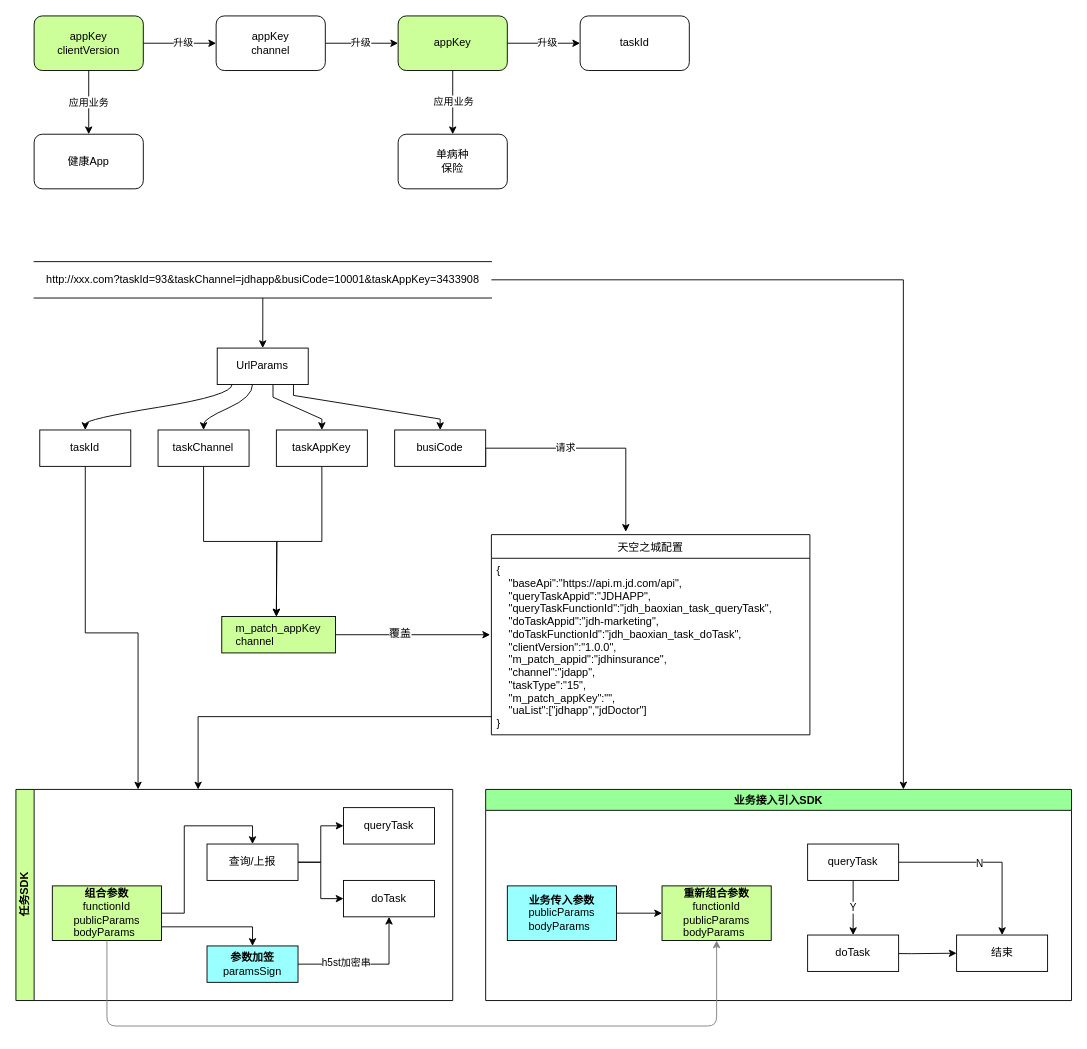
zengkun/vue-demos keeps this draw.io diagram as Untitled Diagram.drawio. Above is the earlier version. Source tidied: cells renumbered, new cells numbered last; positions are measured from the earlier drawing's top-left corner, leaving out a move shared by most shapes. Both pictures are drawn from the tidied source at 91%, with x=0, y=0 at pixel (15, 15).
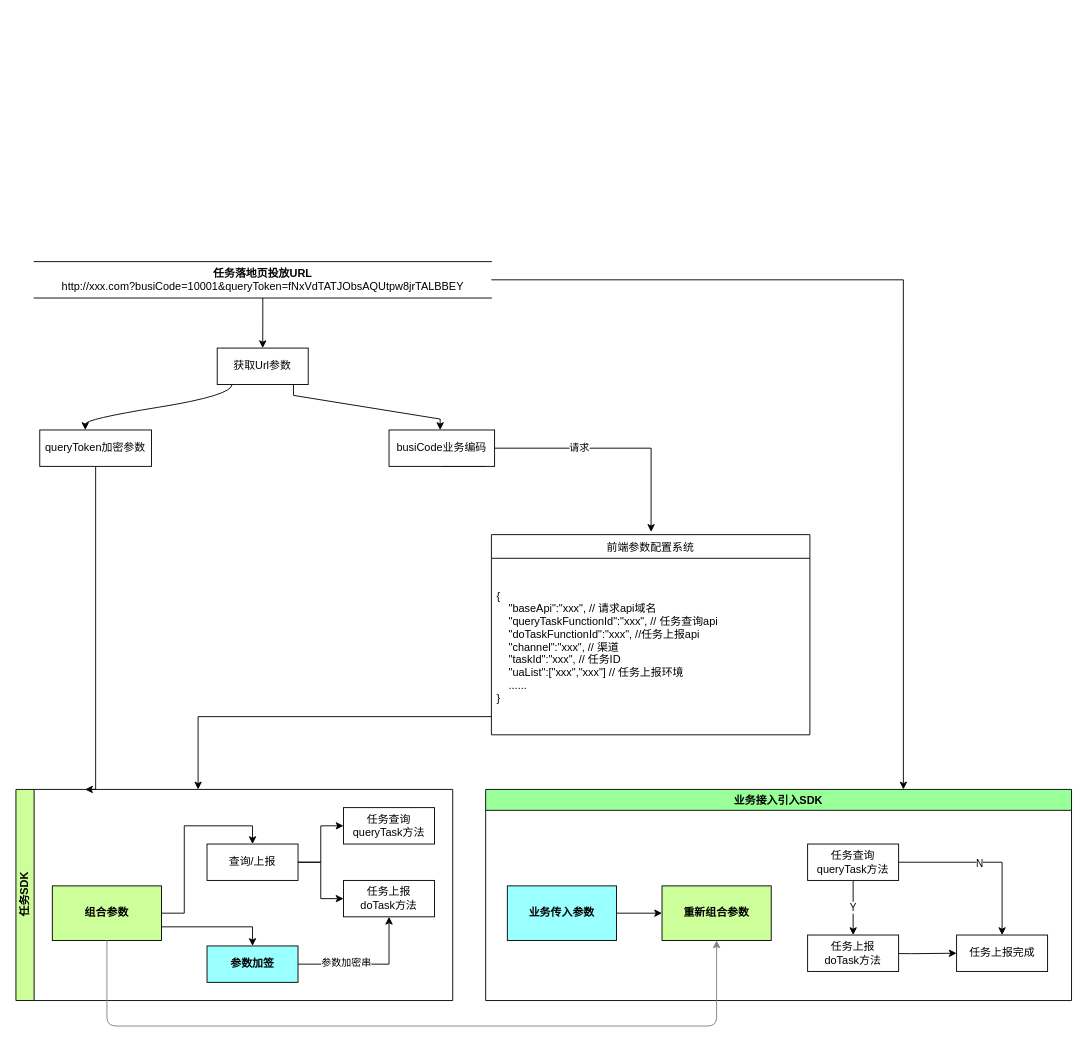
The same page after the edit.

The change refers to these unchanged cells:
```xml
<mxCell id="38" value="任务SDK" style="swimlane;html=1;startSize=20;horizontal=0;horizontalTree=1;containerType=tree;fillColor=#CCFF99;" parent="1" vertex="1">
  <mxGeometry y="850" width="480" height="232" as="geometry" />
</mxCell>
<mxCell id="46" style="edgeStyle=orthogonalEdgeStyle;rounded=0;jettySize=auto;html=1;entryX=0.5;entryY=1;entryDx=0;entryDy=0;" parent="38" edge="1" source="48" target="42">
  <mxGeometry relative="1" as="geometry" />
</mxCell>
<mxCell id="51" value="业务接入引入SDK" style="swimlane;fillColor=#99FF99;" parent="1" vertex="1">
  <mxGeometry x="516.2" y="850" width="643.8" height="232" as="geometry" />
</mxCell>
```

Change to the diagram source:
```diff
@@
-    <mxCell id="2" style="edgeStyle=orthogonalEdgeStyle;rounded=0;jettySize=auto;html=1;exitX=1;exitY=0.5;exitDx=0;exitDy=0;entryX=0;entryY=0.5;entryDx=0;entryDy=0;" parent="1" edge="1" source="6" target="7">
-      <mxGeometry relative="1" as="geometry" />
-    </mxCell>
-    <mxCell id="3" value="升级" style="edgeLabel;html=1;align=center;verticalAlign=middle;" parent="2" vertex="1">
-      <mxGeometry x="0.07" y="-2" relative="1" as="geometry">
-        <mxPoint y="-4" as="offset" />
-      </mxGeometry>
-    </mxCell>
-    <mxCell id="4" style="edgeStyle=orthogonalEdgeStyle;rounded=0;jettySize=auto;html=1;" parent="1" edge="1" source="6" target="16">
-      <mxGeometry relative="1" as="geometry" />
-    </mxCell>
-    <mxCell id="5" value="应用业务" style="edgeLabel;html=1;align=center;verticalAlign=middle;" parent="4" vertex="1">
-      <mxGeometry x="-0.28" y="1" relative="1" as="geometry">
-        <mxPoint x="-1" y="8" as="offset" />
-      </mxGeometry>
-    </mxCell>
-    <mxCell id="6" value="appKey" style="whiteSpace=wrap;html=1;rounded=1;shadow=0;strokeWidth=1;glass=0;fillColor=#CCFF99;" parent="1" vertex="1">
-      <mxGeometry x="420" width="120" height="60" as="geometry" />
-    </mxCell>
-    <mxCell id="7" value="&lt;span&gt;taskId&lt;/span&gt;" style="whiteSpace=wrap;html=1;rounded=1;shadow=0;strokeWidth=1;glass=0;" parent="1" vertex="1">
-      <mxGeometry x="620" width="120" height="60" as="geometry" />
-    </mxCell>
-    <mxCell id="8" style="edgeStyle=orthogonalEdgeStyle;rounded=0;jettySize=auto;html=1;exitX=1;exitY=0.5;exitDx=0;exitDy=0;entryX=0;entryY=0.5;entryDx=0;entryDy=0;" parent="1" edge="1" source="10" target="6">
-      <mxGeometry relative="1" as="geometry" />
-    </mxCell>
-    <mxCell id="9" value="升级" style="edgeLabel;html=1;align=center;verticalAlign=middle;" parent="8" vertex="1">
-      <mxGeometry x="-0.05" y="-2" relative="1" as="geometry">
-        <mxPoint y="-4" as="offset" />
-      </mxGeometry>
-    </mxCell>
-    <mxCell id="10" value="appKey&lt;br&gt;channel" style="whiteSpace=wrap;html=1;rounded=1;shadow=0;strokeWidth=1;glass=0;" parent="1" vertex="1">
-      <mxGeometry x="220" width="120" height="60" as="geometry" />
-    </mxCell>
-    <mxCell id="11" style="edgeStyle=orthogonalEdgeStyle;rounded=0;jettySize=auto;html=1;exitX=1;exitY=0.5;exitDx=0;exitDy=0;entryX=0;entryY=0.5;entryDx=0;entryDy=0;" parent="1" edge="1" source="14" target="10">
-      <mxGeometry relative="1" as="geometry" />
-    </mxCell>
-    <mxCell id="12" value="升级" style="edgeLabel;html=1;align=center;verticalAlign=middle;" parent="11" vertex="1">
-      <mxGeometry x="0.07" y="-1" relative="1" as="geometry">
-        <mxPoint y="-3" as="offset" />
-      </mxGeometry>
-    </mxCell>
-    <mxCell id="13" value="应用业务" style="edgeStyle=orthogonalEdgeStyle;rounded=0;jettySize=auto;html=1;" parent="1" edge="1" source="14" target="15">
-      <mxGeometry relative="1" as="geometry" />
-    </mxCell>
-    <mxCell id="14" value="appKey&lt;br&gt;clientVersion" style="whiteSpace=wrap;html=1;rounded=1;shadow=0;strokeWidth=1;glass=0;fillColor=#CCFF99;" parent="1" vertex="1">
-      <mxGeometry x="20" width="120" height="60" as="geometry" />
-    </mxCell>
-    <mxCell id="15" value="健康App" style="whiteSpace=wrap;html=1;rounded=1;shadow=0;strokeWidth=1;glass=0;" parent="1" vertex="1">
-      <mxGeometry x="20" y="130" width="120" height="60" as="geometry" />
-    </mxCell>
-    <mxCell id="16" value="单病种&lt;br&gt;保险" style="whiteSpace=wrap;html=1;rounded=1;shadow=0;strokeWidth=1;glass=0;" parent="1" vertex="1">
-      <mxGeometry x="420" y="130" width="120" height="60" as="geometry" />
-    </mxCell>
@@
-    <mxCell id="18" style="html=1;curved=1;noEdgeStyle=1;orthogonal=1;" parent="1" edge="1" source="20" target="24">
-      <mxGeometry relative="1" as="geometry">
-        <Array as="points">
-          <mxPoint x="260" y="419" />
-          <mxPoint x="206.2" y="443" />
-        </Array>
-      </mxGeometry>
-    </mxCell>
-    <mxCell id="19" style="edgeStyle=orthogonalEdgeStyle;rounded=0;jettySize=auto;html=1;noEdgeStyle=1;orthogonal=1;" parent="1" edge="1" source="20" target="26">
-      <mxGeometry relative="1" as="geometry">
-        <Array as="points">
-          <mxPoint x="282.5" y="419" />
-          <mxPoint x="336.2" y="443" />
-        </Array>
-      </mxGeometry>
-    </mxCell>
-    <mxCell id="20" value="UrlParams" style="whiteSpace=wrap;html=1;" parent="1" vertex="1">
+    <mxCell id="20" value="获取Url参数" style="whiteSpace=wrap;html=1;" parent="1" vertex="1">
       <mxGeometry x="221.2" y="365" width="100" height="40" as="geometry" />
     </mxCell>
     <mxCell id="21" style="edgeStyle=orthogonalEdgeStyle;rounded=0;jettySize=auto;html=1;exitX=0.5;exitY=1;exitDx=0;exitDy=0;" parent="1" edge="1" source="22">
       <mxGeometry relative="1" as="geometry">
-        <mxPoint x="134.2" y="850" as="targetPoint" />
+        <mxPoint x="76" y="850" as="targetPoint" />
         <Array as="points">
-          <mxPoint x="76.2" y="678" />
-          <mxPoint x="134.2" y="678" />
+          <mxPoint x="76" y="850" />
         </Array>
       </mxGeometry>
     </mxCell>
-    <mxCell id="22" value="taskId" style="whiteSpace=wrap;html=1;" parent="1" vertex="1">
-      <mxGeometry x="26.2" y="455" width="100" height="40" as="geometry" />
+    <mxCell id="22" value="queryToken加密参数" style="whiteSpace=wrap;html=1;" parent="1" vertex="1">
+      <mxGeometry x="26.2" y="455" width="122.8" height="40" as="geometry" />
     </mxCell>
-    <mxCell id="23" style="edgeStyle=orthogonalEdgeStyle;rounded=0;jettySize=auto;html=1;exitX=0.5;exitY=1;exitDx=0;exitDy=0;" parent="1" edge="1" source="24">
-      <mxGeometry relative="1" as="geometry">
-        <mxPoint x="286.2" y="660" as="targetPoint" />
-      </mxGeometry>
-    </mxCell>
-    <mxCell id="24" value="taskChannel" style="whiteSpace=wrap;html=1;" parent="1" vertex="1">
-      <mxGeometry x="156.2" y="455" width="100" height="40" as="geometry" />
-    </mxCell>
-    <mxCell id="25" style="edgeStyle=orthogonalEdgeStyle;rounded=0;jettySize=auto;html=1;" parent="1" edge="1" source="26">
-      <mxGeometry relative="1" as="geometry">
-        <mxPoint x="286.2" y="660" as="targetPoint" />
-      </mxGeometry>
-    </mxCell>
-    <mxCell id="26" value="taskAppKey" style="whiteSpace=wrap;html=1;" parent="1" vertex="1">
-      <mxGeometry x="286.2" y="455" width="100" height="40" as="geometry" />
-    </mxCell>
-    <mxCell id="27" value="请求" style="edgeStyle=orthogonalEdgeStyle;rounded=0;jettySize=auto;html=1;exitX=0.5;exitY=1;exitDx=0;exitDy=0;entryX=0.422;entryY=-0.014;entryDx=0;entryDy=0;entryPerimeter=0;" parent="1" edge="1" source="28" target="30">
+    <mxCell id="27" value="请求" style="edgeStyle=orthogonalEdgeStyle;rounded=0;jettySize=auto;html=1;exitX=0.5;exitY=1;exitDx=0;exitDy=0;" parent="1" edge="1" source="28">
       <mxGeometry relative="1" as="geometry">
+        <mxPoint x="698" y="567" as="targetPoint" />
         <Array as="points">
-          <mxPoint x="516.2" y="495" />
-          <mxPoint x="516.2" y="475" />
-          <mxPoint x="670.2" y="475" />
+          <mxPoint x="516" y="495" />
+          <mxPoint x="516" y="475" />
+          <mxPoint x="698" y="475" />
+          <mxPoint x="698" y="567" />
         </Array>
       </mxGeometry>
     </mxCell>
-    <mxCell id="28" value="busiCode" style="whiteSpace=wrap;html=1;" parent="1" vertex="1">
-      <mxGeometry x="416.2" y="455" width="100" height="40" as="geometry" />
+    <mxCell id="28" value="busiCode业务编码" style="whiteSpace=wrap;html=1;" parent="1" vertex="1">
+      <mxGeometry x="410" y="455" width="116" height="40" as="geometry" />
     </mxCell>
@@
-    <mxCell id="30" value="天空之城配置" style="swimlane;fontStyle=0;horizontal=1;startSize=26;fillColor=none;" parent="1" vertex="1">
+    <mxCell id="30" value="前端参数配置系统" style="swimlane;fontStyle=0;horizontal=1;startSize=26;fillColor=none;" parent="1" vertex="1">
       <mxGeometry x="522.5" y="570" width="350" height="220" as="geometry" />
     </mxCell>
-    <mxCell id="31" value="{&#10;    &quot;baseApi&quot;:&quot;https://api.m.jd.com/api&quot;,&#10;    &quot;queryTaskAppid&quot;:&quot;JDHAPP&quot;,&#10;    &quot;queryTaskFunctionId&quot;:&quot;jdh_baoxian_task_queryTask&quot;,&#10;    &quot;doTaskAppid&quot;:&quot;jdh-marketing&quot;,&#10;    &quot;doTaskFunctionId&quot;:&quot;jdh_baoxian_task_doTask&quot;,&#10;    &quot;clientVersion&quot;:&quot;1.0.0&quot;,&#10;    &quot;m_patch_appid&quot;:&quot;jdhinsurance&quot;,&#10;    &quot;channel&quot;:&quot;jdapp&quot;,&#10;    &quot;taskType&quot;:&quot;15&quot;,&#10;    &quot;m_patch_appKey&quot;:&quot;&quot;,&#10;    &quot;uaList&quot;:[&quot;jdhapp&quot;,&quot;jdDoctor&quot;]&#10;}" style="text;strokeColor=none;fillColor=none;align=left;verticalAlign=top;spacingLeft=4;spacingRight=4;overflow=hidden;points=[[0,0.5],[1,0.5]];portConstraint=eastwest;" parent="30" vertex="1">
+    <mxCell id="31" value="&#10;&#10;{&#10;    &quot;baseApi&quot;:&quot;xxx&quot;, // 请求api域名&#10;    &quot;queryTaskFunctionId&quot;:&quot;xxx&quot;, // 任务查询api&#10;    &quot;doTaskFunctionId&quot;:&quot;xxx&quot;, //任务上报api&#10;    &quot;channel&quot;:&quot;xxx&quot;, // 渠道&#10;    &quot;taskId&quot;:&quot;xxx&quot;, // 任务ID&#10;    &quot;uaList&quot;:[&quot;xxx&quot;,&quot;xxx&quot;] // 任务上报环境&#10;    ......&#10;}" style="text;strokeColor=none;fillColor=none;align=left;verticalAlign=top;spacingLeft=4;spacingRight=4;overflow=hidden;points=[[0,0.5],[1,0.5]];portConstraint=eastwest;" parent="30" vertex="1">
       <mxGeometry y="26" width="350" height="194" as="geometry" />
     </mxCell>
@@
-    <mxCell id="34" value="http://xxx.com?taskId=93&amp;amp;taskChannel=jdhapp&amp;amp;busiCode=10001&amp;amp;taskAppKey=3433908" style="shape=partialRectangle;whiteSpace=wrap;html=1;left=0;right=0;fillColor=none;" parent="1" vertex="1">
+    <mxCell id="34" value="&lt;span&gt;&lt;b&gt;任务落地页投放URL&lt;/b&gt;&lt;/span&gt;&lt;br&gt;http://xxx.com?busiCode=10001&amp;amp;queryToken=fNxVdTATJObsAQUtpw8jrTALBBEY" style="shape=partialRectangle;whiteSpace=wrap;html=1;left=0;right=0;fillColor=none;" parent="1" vertex="1">
       <mxGeometry x="20" y="270" width="502.5" height="40" as="geometry" />
     </mxCell>
-    <mxCell id="35" style="edgeStyle=orthogonalEdgeStyle;rounded=0;jettySize=auto;html=1;exitX=1;exitY=0.5;exitDx=0;exitDy=0;entryX=-0.004;entryY=0.433;entryDx=0;entryDy=0;entryPerimeter=0;" parent="1" edge="1" source="37" target="31">
-      <mxGeometry relative="1" as="geometry" />
-    </mxCell>
-    <mxCell id="36" value="&lt;span style=&quot;font-size: 12px ; background-color: rgb(248 , 249 , 250)&quot;&gt;覆盖&lt;/span&gt;" style="edgeLabel;html=1;align=center;verticalAlign=middle;" parent="35" vertex="1">
-      <mxGeometry x="-0.18" y="2" relative="1" as="geometry" />
-    </mxCell>
-    <mxCell id="37" value="&lt;div style=&quot;text-align: left&quot;&gt;&lt;span&gt;m_patch_appKey&lt;/span&gt;&lt;/div&gt;&lt;span&gt;&lt;div style=&quot;text-align: left&quot;&gt;&lt;span&gt;channel&lt;/span&gt;&lt;/div&gt;&lt;/span&gt;" style="rounded=0;whiteSpace=wrap;html=1;fillColor=#CCFF99;" parent="1" vertex="1">
-      <mxGeometry x="226.2" y="660" width="125" height="40" as="geometry" />
-    </mxCell>
@@
-    <mxCell id="40" value="queryTask" style="whiteSpace=wrap;html=1;" parent="38" vertex="1">
+    <mxCell id="40" value="任务查询queryTask方法" style="whiteSpace=wrap;html=1;" parent="38" vertex="1">
       <mxGeometry x="360" y="20" width="100" height="40" as="geometry" />
     </mxCell>
@@
-    <mxCell id="42" value="doTask" style="whiteSpace=wrap;html=1;" parent="38" vertex="1">
+    <mxCell id="42" value="任务上报&lt;br&gt;doTask方法" style="whiteSpace=wrap;html=1;" parent="38" vertex="1">
       <mxGeometry x="360" y="100" width="100" height="40" as="geometry" />
     </mxCell>
@@
-    <mxCell id="45" value="&lt;span style=&quot;text-align: left&quot;&gt;&lt;b&gt;组合参数&lt;br&gt;&lt;/b&gt;functionId&lt;/span&gt;&lt;br&gt;&lt;div style=&quot;text-align: left&quot;&gt;&lt;span&gt;publicParams&lt;/span&gt;&lt;/div&gt;&lt;div style=&quot;text-align: left&quot;&gt;&lt;span&gt;bodyParams&lt;/span&gt;&lt;/div&gt;" style="rounded=0;whiteSpace=wrap;html=1;fillColor=#CCFF99;" parent="38" vertex="1">
+    <mxCell id="45" value="&lt;span style=&quot;text-align: left&quot;&gt;&lt;b&gt;组合参数&lt;/b&gt;&lt;/span&gt;" style="rounded=0;whiteSpace=wrap;html=1;fillColor=#CCFF99;" parent="38" vertex="1">
       <mxGeometry x="40" y="106" width="120" height="60" as="geometry" />
     </mxCell>
@@
-    <mxCell id="47" value="h5st加密串" style="edgeLabel;html=1;align=center;verticalAlign=middle;" parent="46" vertex="1">
+    <mxCell id="47" value="参数加密串" style="edgeLabel;html=1;align=center;verticalAlign=middle;" parent="46" vertex="1">
       <mxGeometry x="-0.32" y="3" relative="1" as="geometry" />
     </mxCell>
-    <mxCell id="48" value="&lt;b&gt;参数加签&lt;br&gt;&lt;/b&gt;paramsSign" style="whiteSpace=wrap;html=1;fillColor=#99FFFF;" parent="38" vertex="1">
+    <mxCell id="48" value="&lt;b&gt;参数加签&lt;/b&gt;" style="whiteSpace=wrap;html=1;fillColor=#99FFFF;" parent="38" vertex="1">
       <mxGeometry x="210" y="172" width="100" height="40" as="geometry" />
     </mxCell>
@@
-    <mxCell id="55" value="queryTask" style="whiteSpace=wrap;html=1;" parent="51" vertex="1">
+    <mxCell id="55" value="任务查询queryTask方法" style="whiteSpace=wrap;html=1;" parent="51" vertex="1">
       <mxGeometry x="353.8" y="60" width="100" height="40" as="geometry" />
     </mxCell>
@@
-    <mxCell id="57" value="doTask" style="whiteSpace=wrap;html=1;" parent="51" vertex="1">
+    <mxCell id="57" value="任务上报&lt;br&gt;doTask方法" style="whiteSpace=wrap;html=1;" parent="51" vertex="1">
       <mxGeometry x="353.8" y="160" width="100" height="40" as="geometry" />
     </mxCell>
-    <mxCell id="58" value="结束" style="whiteSpace=wrap;html=1;" parent="51" vertex="1">
+    <mxCell id="58" value="任务上报完成" style="whiteSpace=wrap;html=1;" parent="51" vertex="1">
       <mxGeometry x="517.5" y="160" width="100" height="40" as="geometry" />
     </mxCell>
-    <mxCell id="59" value="&lt;span style=&quot;text-align: left&quot;&gt;&lt;b&gt;重新组合参数&lt;br&gt;&lt;/b&gt;functionId&lt;/span&gt;&lt;br&gt;&lt;div style=&quot;text-align: left&quot;&gt;&lt;span&gt;publicParams&lt;/span&gt;&lt;/div&gt;&lt;div style=&quot;text-align: left&quot;&gt;&lt;span&gt;bodyParams&lt;/span&gt;&lt;/div&gt;" style="rounded=0;whiteSpace=wrap;html=1;fillColor=#CCFF99;" parent="51" vertex="1">
+    <mxCell id="59" value="&lt;span style=&quot;text-align: left&quot;&gt;&lt;b&gt;重新组合参数&lt;/b&gt;&lt;br&gt;&lt;/span&gt;" style="rounded=0;whiteSpace=wrap;html=1;fillColor=#CCFF99;" parent="51" vertex="1">
       <mxGeometry x="193.8" y="106" width="120" height="60" as="geometry" />
     </mxCell>
@@
-    <mxCell id="61" value="&lt;b&gt;业务传入参数&lt;br&gt;&lt;/b&gt;&lt;div style=&quot;text-align: left&quot;&gt;publicParams&lt;/div&gt;&lt;div style=&quot;text-align: left&quot;&gt;bodyParams&lt;/div&gt;" style="rounded=0;whiteSpace=wrap;html=1;fillColor=#99FFFF;" parent="51" vertex="1">
+    <mxCell id="61" value="&lt;b&gt;业务传入参数&lt;br&gt;&lt;/b&gt;" style="rounded=0;whiteSpace=wrap;html=1;fillColor=#99FFFF;" parent="51" vertex="1">
       <mxGeometry x="23.8" y="106" width="120" height="60" as="geometry" />
     </mxCell>
```
